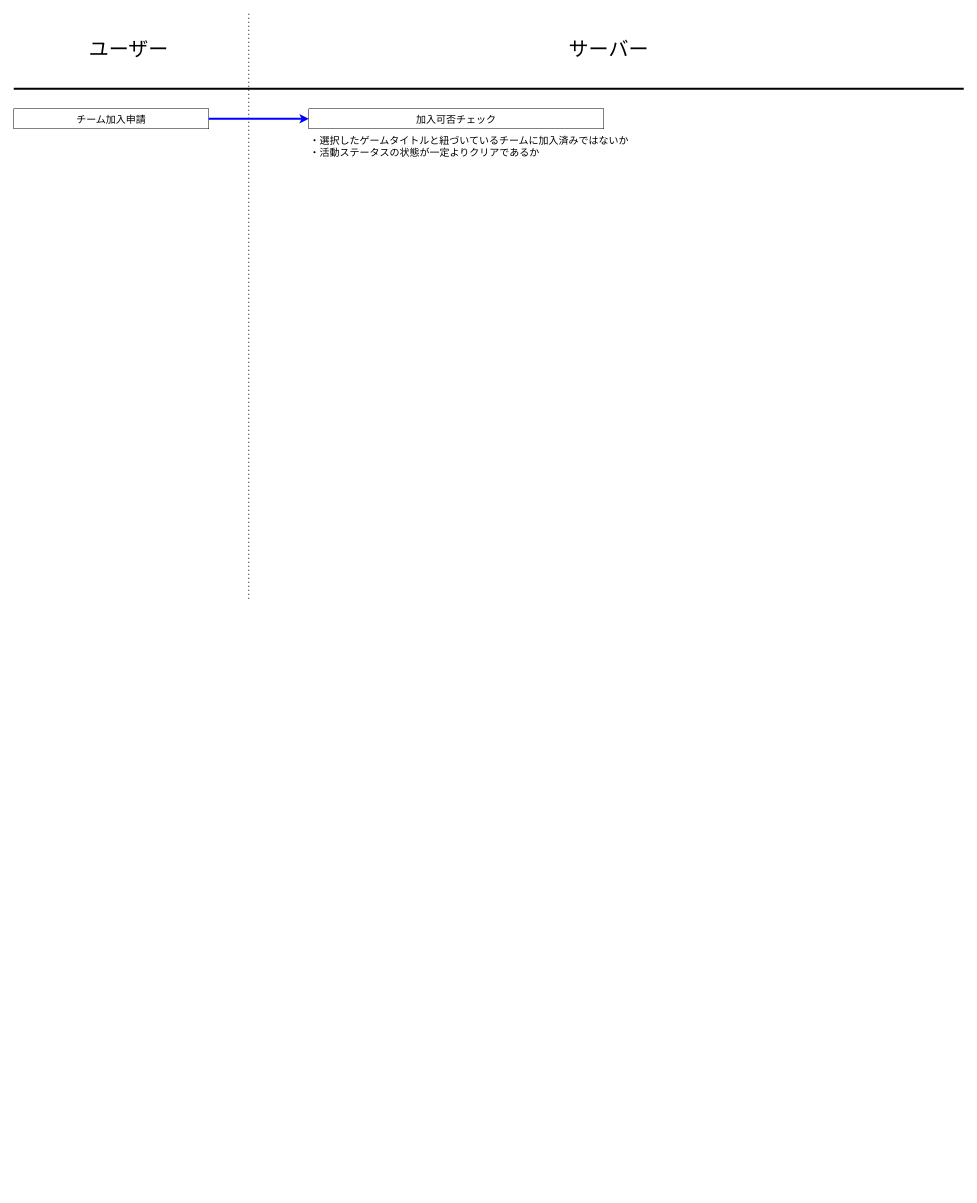
This is 業務フロー図/チーム加入.drawio from SatoShun0302/valkyrie-system-document, a draw.io file, before an edit. Source tidied: cells renumbered, new cells numbered last; positions are measured from the earlier drawing's top-left corner, leaving out a move shared by most shapes. Both pictures are drawn from the tidied source at 50%, with x=0, y=0 at pixel (8, 8).
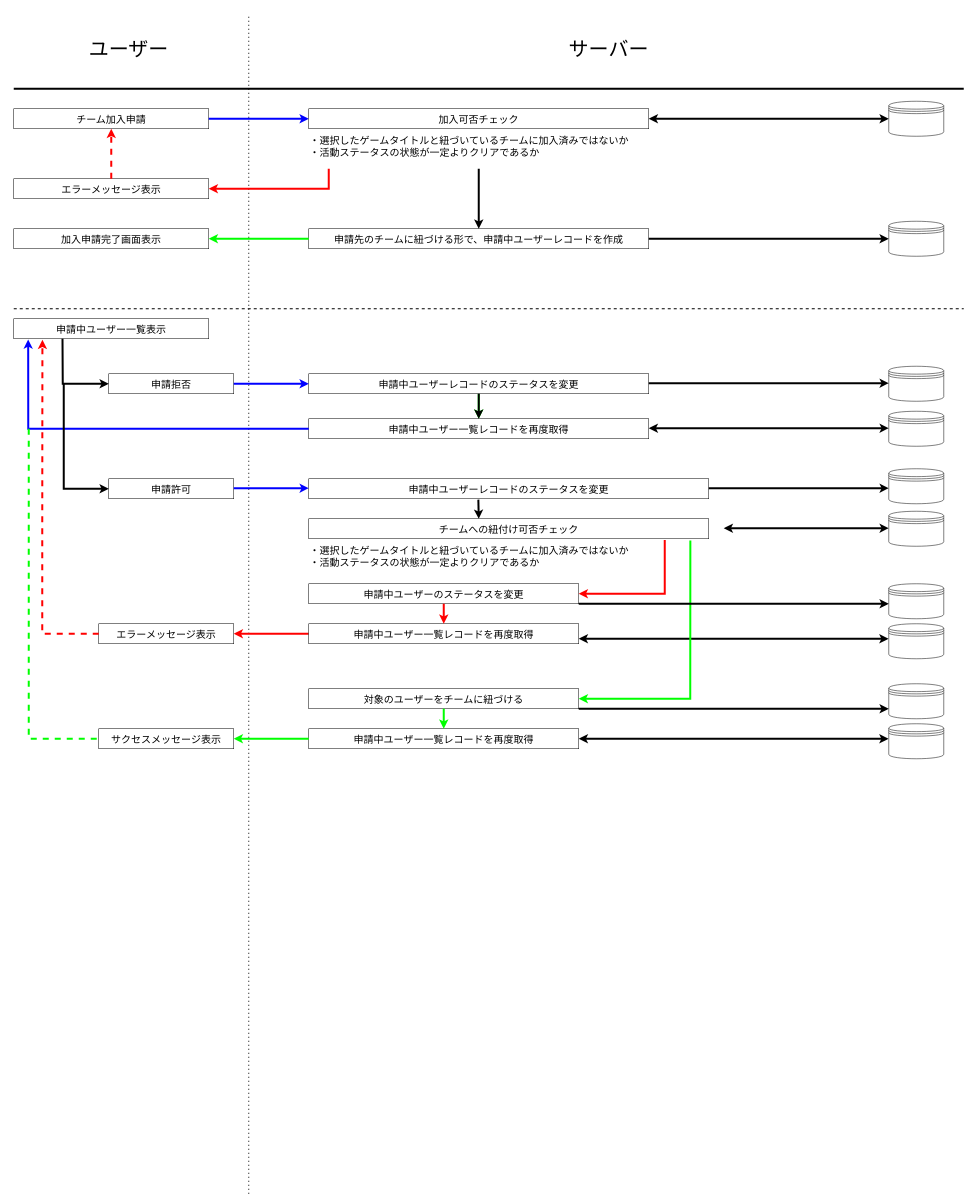
After the change.

Commit message (it also covers changes not shown here):
チーム加入フロー図追加

The change refers to these unchanged cells:
```xml
<mxCell id="6" value="チーム加入申請" style="rounded=0;whiteSpace=wrap;html=1;fontSize=20;fontColor=#000000;" parent="1" vertex="1">
  <mxGeometry x="10" y="200" width="390" height="40" as="geometry" />
</mxCell>
```

The edit, as a diff of the source:
```diff
@@
     <mxCell id="3" style="endArrow=none;dashed=1;html=1;dashPattern=1 3;strokeWidth=2;rounded=0;" parent="1" edge="1">
       <mxGeometry relative="1" as="geometry">
-        <mxPoint x="480" y="1180" as="sourcePoint" />
+        <mxPoint x="480" y="2370" as="sourcePoint" />
         <mxPoint x="480" y="10" as="targetPoint" />
       </mxGeometry>
     </mxCell>
@@
     <mxCell id="7" value="加入可否チェック" style="rounded=0;whiteSpace=wrap;html=1;fontSize=20;fontColor=#000000;" parent="1" vertex="1">
-      <mxGeometry x="600" y="200" width="590" height="40" as="geometry" />
+      <mxGeometry x="600" y="200" width="680" height="40" as="geometry" />
     </mxCell>
@@
+    <mxCell id="10" style="endArrow=classic;html=1;rounded=0;strokeWidth=4;strokeColor=#FF0000;" parent="1" edge="1">
+      <mxGeometry relative="1" as="geometry">
+        <mxPoint x="640" y="320" as="sourcePoint" />
+        <mxPoint x="400" y="360" as="targetPoint" />
+        <Array as="points">
+          <mxPoint x="640" y="360" />
+        </Array>
+      </mxGeometry>
+    </mxCell>
+    <mxCell id="11" value="エラーメッセージ表示" style="rounded=0;whiteSpace=wrap;html=1;fontSize=20;fontColor=#000000;" parent="1" vertex="1">
+      <mxGeometry x="10" y="340" width="390" height="40" as="geometry" />
+    </mxCell>
+    <mxCell id="12" style="endArrow=classic;html=1;rounded=0;strokeColor=#FF0000;strokeWidth=4;exitX=0.5;exitY=0;exitDx=0;exitDy=0;entryX=0.5;entryY=1;entryDx=0;entryDy=0;dashed=1;" parent="1" edge="1" source="11" target="6">
+      <mxGeometry relative="1" as="geometry" />
+    </mxCell>
+    <mxCell id="13" style="shape=datastore;whiteSpace=wrap;html=1;" parent="1" vertex="1">
+      <mxGeometry x="1760" y="185" width="110" height="70" as="geometry" />
+    </mxCell>
+    <mxCell id="14" style="endArrow=classic;startArrow=classic;html=1;rounded=0;strokeColor=#000000;strokeWidth=4;entryX=0;entryY=0.5;entryDx=0;entryDy=0;exitX=1;exitY=0.5;exitDx=0;exitDy=0;" parent="1" edge="1" source="7" target="13">
+      <mxGeometry relative="1" as="geometry" />
+    </mxCell>
+    <mxCell id="15" value="申請先のチームに紐づける形で、申請中ユーザーレコードを作成" style="rounded=0;whiteSpace=wrap;html=1;fontSize=20;fontColor=#000000;" parent="1" vertex="1">
+      <mxGeometry x="600" y="440" width="680" height="40" as="geometry" />
+    </mxCell>
+    <mxCell id="16" style="endArrow=classic;html=1;rounded=0;strokeColor=#000000;strokeWidth=4;entryX=0.5;entryY=0;entryDx=0;entryDy=0;" parent="1" edge="1" target="15">
+      <mxGeometry relative="1" as="geometry">
+        <mxPoint x="940" y="320" as="sourcePoint" />
+      </mxGeometry>
+    </mxCell>
+    <mxCell id="17" style="shape=datastore;whiteSpace=wrap;html=1;" parent="1" vertex="1">
+      <mxGeometry x="1760" y="425" width="110" height="70" as="geometry" />
+    </mxCell>
+    <mxCell id="18" style="endArrow=classic;html=1;rounded=0;strokeColor=#000000;strokeWidth=4;entryX=0;entryY=0.5;entryDx=0;entryDy=0;exitX=1;exitY=0.5;exitDx=0;exitDy=0;" parent="1" edge="1" source="15" target="17">
+      <mxGeometry relative="1" as="geometry" />
+    </mxCell>
+    <mxCell id="19" value="申請中ユーザー一覧表示" style="rounded=0;whiteSpace=wrap;html=1;fontSize=20;fontColor=#000000;" parent="1" vertex="1">
+      <mxGeometry x="10" y="620" width="390" height="40" as="geometry" />
+    </mxCell>
+    <mxCell id="20" value="申請拒否" style="rounded=0;whiteSpace=wrap;html=1;fontSize=20;fontColor=#000000;" parent="1" vertex="1">
+      <mxGeometry x="200" y="730" width="250" height="40" as="geometry" />
+    </mxCell>
+    <mxCell id="21" value="申請許可" style="rounded=0;whiteSpace=wrap;html=1;fontSize=20;fontColor=#000000;" parent="1" vertex="1">
+      <mxGeometry x="200" y="940" width="250" height="40" as="geometry" />
+    </mxCell>
+    <mxCell id="22" style="endArrow=classic;html=1;rounded=0;strokeColor=#000000;strokeWidth=4;exitX=0.25;exitY=1;exitDx=0;exitDy=0;entryX=0;entryY=0.5;entryDx=0;entryDy=0;" parent="1" edge="1" source="19" target="20">
+      <mxGeometry relative="1" as="geometry">
+        <Array as="points">
+          <mxPoint x="108" y="750" />
+        </Array>
+      </mxGeometry>
+    </mxCell>
+    <mxCell id="23" style="endArrow=none;dashed=1;html=1;strokeWidth=2;rounded=0;" parent="1" edge="1">
+      <mxGeometry relative="1" as="geometry">
+        <mxPoint x="10" y="600" as="sourcePoint" />
+        <mxPoint x="1910" y="600" as="targetPoint" />
+      </mxGeometry>
+    </mxCell>
+    <mxCell id="24" style="edgeStyle=orthogonalEdgeStyle;rounded=0;jettySize=auto;html=1;strokeColor=#00FF00;strokeWidth=4;" parent="1" edge="1" source="25" target="27">
+      <mxGeometry relative="1" as="geometry" />
+    </mxCell>
+    <mxCell id="25" value="申請中ユーザーレコードのステータスを変更" style="rounded=0;whiteSpace=wrap;html=1;fontSize=20;fontColor=#000000;" parent="1" vertex="1">
+      <mxGeometry x="600" y="730" width="680" height="40" as="geometry" />
+    </mxCell>
+    <mxCell id="26" style="endArrow=classic;html=1;rounded=0;fontSize=20;fontColor=#000000;strokeColor=#0000FF;strokeWidth=4;exitX=1;exitY=0.5;exitDx=0;exitDy=0;entryX=0;entryY=0.5;entryDx=0;entryDy=0;" parent="1" edge="1" source="20" target="25">
+      <mxGeometry relative="1" as="geometry" />
+    </mxCell>
+    <mxCell id="27" value="申請中ユーザー一覧レコードを再度取得" style="rounded=0;whiteSpace=wrap;html=1;fontSize=20;fontColor=#000000;" parent="1" vertex="1">
+      <mxGeometry x="600" y="820" width="680" height="40" as="geometry" />
+    </mxCell>
+    <mxCell id="28" style="shape=datastore;whiteSpace=wrap;html=1;" parent="1" vertex="1">
+      <mxGeometry x="1760" y="715" width="110" height="70" as="geometry" />
+    </mxCell>
+    <mxCell id="29" style="shape=datastore;whiteSpace=wrap;html=1;" parent="1" vertex="1">
+      <mxGeometry x="1760" y="805" width="110" height="70" as="geometry" />
+    </mxCell>
+    <mxCell id="30" style="endArrow=classic;startArrow=classic;html=1;rounded=0;strokeColor=#000000;strokeWidth=4;entryX=0;entryY=0.5;entryDx=0;entryDy=0;exitX=1;exitY=0.5;exitDx=0;exitDy=0;" parent="1" edge="1">
+      <mxGeometry relative="1" as="geometry">
+        <mxPoint x="1280" y="838.8" as="sourcePoint" />
+        <mxPoint x="1760" y="838.8" as="targetPoint" />
+      </mxGeometry>
+    </mxCell>
+    <mxCell id="31" style="endArrow=classic;html=1;rounded=0;strokeColor=#000000;strokeWidth=4;entryX=0;entryY=0.5;entryDx=0;entryDy=0;exitX=1;exitY=0.5;exitDx=0;exitDy=0;" parent="1" edge="1">
+      <mxGeometry relative="1" as="geometry">
+        <mxPoint x="1280" y="748.8" as="sourcePoint" />
+        <mxPoint x="1760" y="748.8" as="targetPoint" />
+      </mxGeometry>
+    </mxCell>
+    <mxCell id="32" style="endArrow=classic;html=1;rounded=0;strokeColor=#000000;strokeWidth=4;entryX=0.5;entryY=0;entryDx=0;entryDy=0;exitX=0.5;exitY=1;exitDx=0;exitDy=0;" parent="1" edge="1" source="25" target="27">
+      <mxGeometry relative="1" as="geometry" />
+    </mxCell>
+    <mxCell id="33" style="endArrow=classic;html=1;rounded=0;fontSize=20;fontColor=#000000;strokeColor=#0000FF;strokeWidth=4;exitX=0;exitY=0.5;exitDx=0;exitDy=0;entryX=0.074;entryY=1.036;entryDx=0;entryDy=0;entryPerimeter=0;" parent="1" edge="1" source="27" target="19">
+      <mxGeometry relative="1" as="geometry">
+        <Array as="points">
+          <mxPoint x="39" y="840" />
+        </Array>
+      </mxGeometry>
+    </mxCell>
+    <mxCell id="34" style="endArrow=classic;html=1;rounded=0;strokeColor=#000000;strokeWidth=4;entryX=0;entryY=0.5;entryDx=0;entryDy=0;" parent="1" edge="1" target="21">
+      <mxGeometry relative="1" as="geometry">
+        <mxPoint x="110" y="750" as="sourcePoint" />
+        <Array as="points">
+          <mxPoint x="110" y="770" />
+          <mxPoint x="110" y="960" />
+        </Array>
+      </mxGeometry>
+    </mxCell>
+    <mxCell id="35" value="加入申請完了画面表示" style="rounded=0;whiteSpace=wrap;html=1;fontSize=20;fontColor=#000000;" parent="1" vertex="1">
+      <mxGeometry x="10" y="440" width="390" height="40" as="geometry" />
+    </mxCell>
+    <mxCell id="36" style="endArrow=classic;html=1;rounded=0;fontSize=20;fontColor=#000000;strokeColor=#00FF00;strokeWidth=4;exitX=0;exitY=0.5;exitDx=0;exitDy=0;entryX=1;entryY=0.5;entryDx=0;entryDy=0;" parent="1" edge="1" source="15" target="35">
+      <mxGeometry relative="1" as="geometry" />
+    </mxCell>
+    <mxCell id="37" value="申請中ユーザーレコードのステータスを変更" style="rounded=0;whiteSpace=wrap;html=1;fontSize=20;fontColor=#000000;" parent="1" vertex="1">
+      <mxGeometry x="600" y="940" width="800" height="40" as="geometry" />
+    </mxCell>
+    <mxCell id="38" style="endArrow=classic;html=1;rounded=0;fontSize=20;fontColor=#000000;strokeColor=#0000FF;strokeWidth=4;exitX=1;exitY=0.5;exitDx=0;exitDy=0;entryX=0;entryY=0.5;entryDx=0;entryDy=0;" parent="1" edge="1">
+      <mxGeometry relative="1" as="geometry">
+        <mxPoint x="450" y="958.8" as="sourcePoint" />
+        <mxPoint x="600" y="958.8" as="targetPoint" />
+      </mxGeometry>
+    </mxCell>
+    <mxCell id="39" value="申請中ユーザー一覧レコードを再度取得" style="rounded=0;whiteSpace=wrap;html=1;fontSize=20;fontColor=#000000;" parent="1" vertex="1">
+      <mxGeometry x="600" y="1440" width="540" height="40" as="geometry" />
+    </mxCell>
+    <mxCell id="40" style="endArrow=classic;html=1;rounded=0;strokeColor=#000000;strokeWidth=4;exitX=0.424;exitY=1.044;exitDx=0;exitDy=0;exitPerimeter=0;" parent="1" edge="1" source="37">
+      <mxGeometry relative="1" as="geometry">
+        <mxPoint x="940" y="1020" as="targetPoint" />
+      </mxGeometry>
+    </mxCell>
+    <mxCell id="41" style="endArrow=none;html=1;rounded=0;strokeColor=#00FF00;strokeWidth=4;dashed=1;entryX=0;entryY=0.5;entryDx=0;entryDy=0;" parent="1" edge="1" target="59">
+      <mxGeometry relative="1" as="geometry">
+        <mxPoint x="40" y="840" as="sourcePoint" />
+        <Array as="points">
+          <mxPoint x="40" y="1160" />
+          <mxPoint x="40" y="1460" />
+        </Array>
+      </mxGeometry>
+    </mxCell>
+    <mxCell id="42" style="endArrow=classic;html=1;rounded=0;strokeColor=#000000;strokeWidth=4;entryX=0;entryY=0.5;entryDx=0;entryDy=0;" parent="1" edge="1">
+      <mxGeometry relative="1" as="geometry">
+        <mxPoint x="1400" y="959" as="sourcePoint" />
+        <mxPoint x="1760" y="958.8" as="targetPoint" />
+      </mxGeometry>
+    </mxCell>
+    <mxCell id="43" style="shape=datastore;whiteSpace=wrap;html=1;" parent="1" vertex="1">
+      <mxGeometry x="1760" y="920" width="110" height="70" as="geometry" />
+    </mxCell>
+    <mxCell id="44" style="shape=datastore;whiteSpace=wrap;html=1;" parent="1" vertex="1">
+      <mxGeometry x="1760" y="1150" width="110" height="70" as="geometry" />
+    </mxCell>
+    <mxCell id="45" value="チームへの紐付け可否チェック" style="rounded=0;whiteSpace=wrap;html=1;fontSize=20;fontColor=#000000;" parent="1" vertex="1">
+      <mxGeometry x="600" y="1020" width="800" height="40" as="geometry" />
+    </mxCell>
+    <mxCell id="46" style="endArrow=classic;startArrow=classic;html=1;rounded=0;strokeColor=#000000;strokeWidth=4;entryX=0;entryY=0.5;entryDx=0;entryDy=0;" parent="1" edge="1">
+      <mxGeometry relative="1" as="geometry">
+        <mxPoint x="1430" y="1039" as="sourcePoint" />
+        <mxPoint x="1760" y="1038.8" as="targetPoint" />
+      </mxGeometry>
+    </mxCell>
+    <mxCell id="47" style="shape=datastore;whiteSpace=wrap;html=1;" parent="1" vertex="1">
+      <mxGeometry x="1760" y="1005" width="110" height="70" as="geometry" />
+    </mxCell>
+    <mxCell id="48" value="・選択したゲームタイトルと紐づいているチームに加入済みではないか&lt;br&gt;・活動ステータスの状態が一定よりクリアであるか&lt;br&gt;" style="text;html=1;strokeColor=none;fillColor=none;align=left;verticalAlign=middle;whiteSpace=wrap;rounded=0;fontSize=20;fontColor=#000000;" parent="1" vertex="1">
+      <mxGeometry x="600" y="1080" width="680" height="30" as="geometry" />
+    </mxCell>
+    <mxCell id="49" value="エラーメッセージ表示" style="rounded=0;whiteSpace=wrap;html=1;fontSize=20;fontColor=#000000;" parent="1" vertex="1">
+      <mxGeometry x="180" y="1230" width="270" height="40" as="geometry" />
+    </mxCell>
+    <mxCell id="50" style="endArrow=classic;html=1;rounded=0;strokeColor=#FF0000;strokeWidth=4;exitX=0;exitY=0.5;exitDx=0;exitDy=0;entryX=1;entryY=0.5;entryDx=0;entryDy=0;" parent="1" edge="1" source="54" target="49">
+      <mxGeometry relative="1" as="geometry" />
+    </mxCell>
+    <mxCell id="51" style="endArrow=classic;html=1;rounded=0;strokeColor=#FF0000;strokeWidth=4;exitX=0;exitY=0.5;exitDx=0;exitDy=0;entryX=0.147;entryY=1.05;entryDx=0;entryDy=0;entryPerimeter=0;dashed=1;" parent="1" edge="1" source="49" target="19">
+      <mxGeometry relative="1" as="geometry">
+        <Array as="points">
+          <mxPoint x="67" y="1250" />
+          <mxPoint x="67" y="1040" />
+        </Array>
+      </mxGeometry>
+    </mxCell>
+    <mxCell id="52" value="対象のユーザーをチームに紐づける" style="rounded=0;whiteSpace=wrap;html=1;fontSize=20;fontColor=#000000;" parent="1" vertex="1">
+      <mxGeometry x="600" y="1360" width="540" height="40" as="geometry" />
+    </mxCell>
+    <mxCell id="53" value="申請中ユーザーのステータスを変更" style="rounded=0;whiteSpace=wrap;html=1;fontSize=20;fontColor=#000000;" parent="1" vertex="1">
+      <mxGeometry x="600" y="1150" width="540" height="40" as="geometry" />
+    </mxCell>
+    <mxCell id="54" value="申請中ユーザー一覧レコードを再度取得" style="rounded=0;whiteSpace=wrap;html=1;fontSize=20;fontColor=#000000;" parent="1" vertex="1">
+      <mxGeometry x="600" y="1230" width="540" height="40" as="geometry" />
+    </mxCell>
+    <mxCell id="55" style="endArrow=classic;html=1;rounded=0;strokeColor=#FF0000;strokeWidth=4;exitX=0.89;exitY=1.064;exitDx=0;exitDy=0;exitPerimeter=0;entryX=1;entryY=0.5;entryDx=0;entryDy=0;" parent="1" edge="1" source="45" target="53">
+      <mxGeometry relative="1" as="geometry">
+        <Array as="points">
+          <mxPoint x="1312" y="1170" />
+        </Array>
+      </mxGeometry>
+    </mxCell>
+    <mxCell id="56" style="shape=datastore;whiteSpace=wrap;html=1;" parent="1" vertex="1">
+      <mxGeometry x="1760" y="1230" width="110" height="70" as="geometry" />
+    </mxCell>
+    <mxCell id="57" style="endArrow=classic;startArrow=classic;html=1;rounded=0;strokeColor=#000000;strokeWidth=4;entryX=-0.004;entryY=0.573;entryDx=0;entryDy=0;exitX=1;exitY=0.5;exitDx=0;exitDy=0;entryPerimeter=0;" parent="1" edge="1">
+      <mxGeometry relative="1" as="geometry">
+        <mxPoint x="1140" y="1260" as="sourcePoint" />
+        <mxPoint x="1759.6" y="1260.1" as="targetPoint" />
+      </mxGeometry>
+    </mxCell>
+    <mxCell id="58" style="endArrow=classic;html=1;rounded=0;strokeColor=#00FF00;strokeWidth=4;exitX=0.954;exitY=1.092;exitDx=0;exitDy=0;exitPerimeter=0;entryX=1;entryY=0.5;entryDx=0;entryDy=0;" parent="1" edge="1" source="45" target="52">
+      <mxGeometry relative="1" as="geometry">
+        <Array as="points">
+          <mxPoint x="1363" y="1380" />
+        </Array>
+      </mxGeometry>
+    </mxCell>
+    <mxCell id="59" value="サクセスメッセージ表示" style="rounded=0;whiteSpace=wrap;html=1;fontSize=20;fontColor=#000000;" parent="1" vertex="1">
+      <mxGeometry x="180" y="1440" width="270" height="40" as="geometry" />
+    </mxCell>
+    <mxCell id="60" style="endArrow=classic;html=1;rounded=0;strokeColor=#00FF00;strokeWidth=4;exitX=0;exitY=0.5;exitDx=0;exitDy=0;entryX=1;entryY=0.5;entryDx=0;entryDy=0;" parent="1" edge="1" source="39" target="59">
+      <mxGeometry relative="1" as="geometry" />
+    </mxCell>
+    <mxCell id="61" style="endArrow=classic;html=1;rounded=0;strokeColor=#FF0000;strokeWidth=4;exitX=0.5;exitY=1;exitDx=0;exitDy=0;entryX=0.5;entryY=0;entryDx=0;entryDy=0;" parent="1" edge="1" source="53" target="54">
+      <mxGeometry relative="1" as="geometry" />
+    </mxCell>
+    <mxCell id="62" style="endArrow=classic;html=1;rounded=0;strokeColor=#00FF00;strokeWidth=4;exitX=0.5;exitY=1;exitDx=0;exitDy=0;entryX=0.5;entryY=0;entryDx=0;entryDy=0;" parent="1" edge="1" source="52" target="39">
+      <mxGeometry relative="1" as="geometry" />
+    </mxCell>
+    <mxCell id="63" style="shape=datastore;whiteSpace=wrap;html=1;" parent="1" vertex="1">
+      <mxGeometry x="1760" y="1350" width="110" height="70" as="geometry" />
+    </mxCell>
+    <mxCell id="64" style="endArrow=classic;startArrow=classic;html=1;rounded=0;strokeColor=#000000;strokeWidth=4;entryX=-0.004;entryY=0.573;entryDx=0;entryDy=0;exitX=1;exitY=0.5;exitDx=0;exitDy=0;entryPerimeter=0;" parent="1" edge="1">
+      <mxGeometry relative="1" as="geometry">
+        <mxPoint x="1140" y="1460" as="sourcePoint" />
+        <mxPoint x="1759.6" y="1460.1" as="targetPoint" />
+      </mxGeometry>
+    </mxCell>
+    <mxCell id="65" style="shape=datastore;whiteSpace=wrap;html=1;" parent="1" vertex="1">
+      <mxGeometry x="1760" y="1430" width="110" height="70" as="geometry" />
+    </mxCell>
+    <mxCell id="66" style="endArrow=classic;html=1;rounded=0;strokeColor=#000000;strokeWidth=4;entryX=0;entryY=0.5;entryDx=0;entryDy=0;" parent="1" edge="1">
+      <mxGeometry relative="1" as="geometry">
+        <mxPoint x="1140" y="1190" as="sourcePoint" />
+        <mxPoint x="1760" y="1190" as="targetPoint" />
+      </mxGeometry>
+    </mxCell>
+    <mxCell id="67" style="endArrow=classic;html=1;rounded=0;strokeColor=#000000;strokeWidth=4;entryX=0;entryY=0.5;entryDx=0;entryDy=0;" parent="1" edge="1">
+      <mxGeometry relative="1" as="geometry">
+        <mxPoint x="1140" y="1400" as="sourcePoint" />
+        <mxPoint x="1760" y="1400" as="targetPoint" />
+      </mxGeometry>
+    </mxCell>
```
